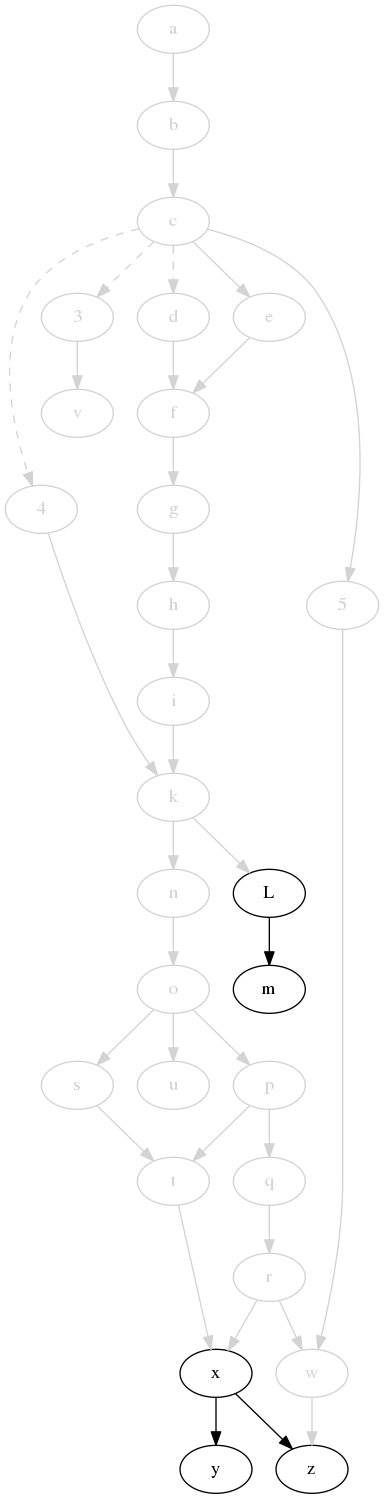
This is svm-startup-deps.png from jdmpapin/svm-startup-deps, a Graphviz export, as it was before one commit. Its source is kept beside it as svm-startup-deps.dot.
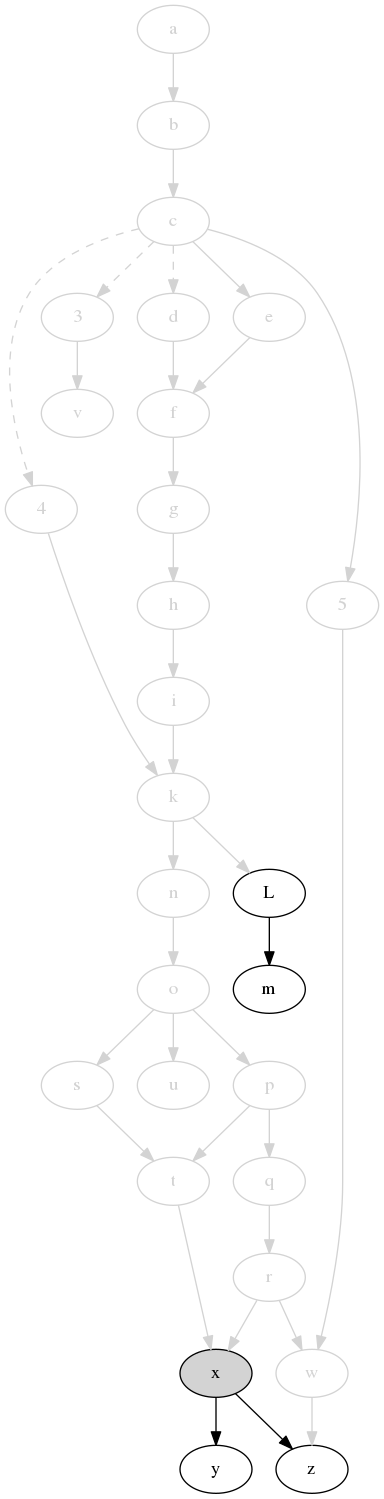
Later version of the same file.

Change to the diagram source:
```diff
@@ -25,7 +25,7 @@
     u [color=lightgrey,fontcolor=lightgrey];
     v [color=lightgrey,fontcolor=lightgrey];
     w [color=lightgrey,fontcolor=lightgrey];
-    x;
+    x [style=filled,fillcolor=lightgrey];
     y;
     z;
 
```
